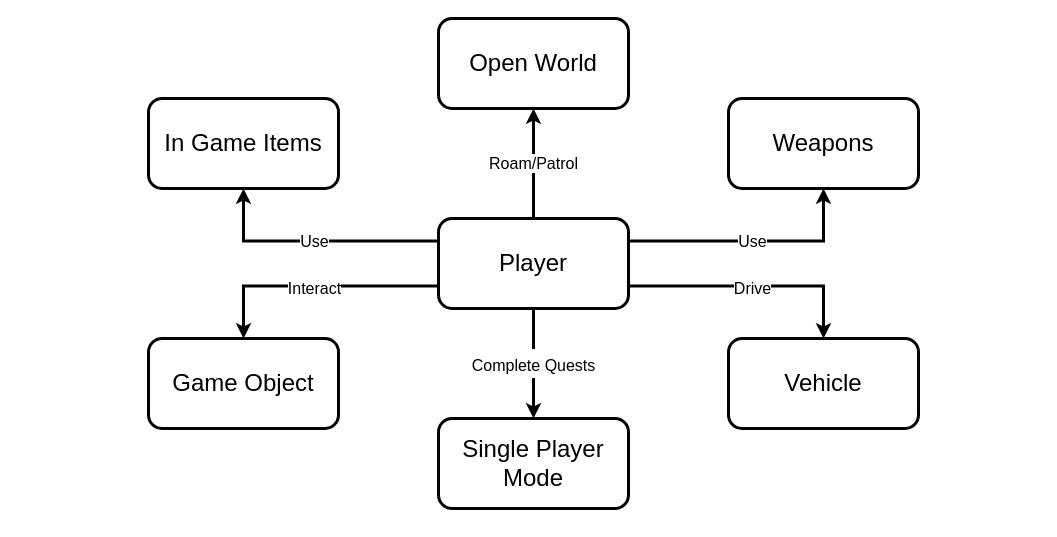
Before: Pictures/crs/crc 4.drawio in FM-Man/SPL_2, a draw.io diagram. Source tidied: cells renumbered, new cells numbered last; positions are measured from the earlier drawing's top-left corner, leaving out a move shared by most shapes. Both pictures are drawn from the tidied source at 100%, with x=0, y=0 at pixel (148, 18).
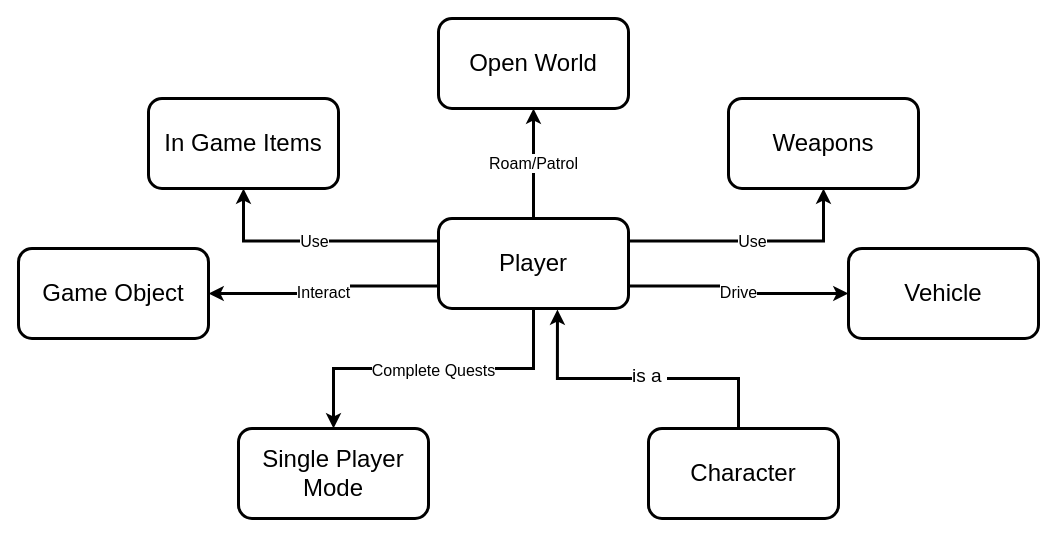
Above is the later version.

Diff of the diagram source:
```diff
@@
 <mxGraphModel>
   <root>
     <mxCell id="0" />
     <mxCell id="1" parent="0" />
     <mxCell id="2" value="Roam/Patrol" style="edgeStyle=orthogonalEdgeStyle;rounded=0;jettySize=auto;html=1;entryX=0.5;entryY=1;entryDx=0;entryDy=0;fontSize=16;strokeWidth=3;" parent="1" edge="1" source="8" target="9">
       <mxGeometry relative="1" as="geometry" />
     </mxCell>
     <mxCell id="3" value="Use" style="edgeStyle=orthogonalEdgeStyle;rounded=0;jettySize=auto;html=1;exitX=1;exitY=0.25;exitDx=0;exitDy=0;entryX=0.5;entryY=1;entryDx=0;entryDy=0;fontSize=16;strokeWidth=3;" parent="1" edge="1" source="8" target="11">
       <mxGeometry relative="1" as="geometry" />
     </mxCell>
     <mxCell id="4" value="Use" style="edgeStyle=orthogonalEdgeStyle;rounded=0;jettySize=auto;html=1;exitX=0;exitY=0.25;exitDx=0;exitDy=0;entryX=0.5;entryY=1;entryDx=0;entryDy=0;fontSize=16;strokeWidth=3;" parent="1" edge="1" source="8" target="12">
       <mxGeometry relative="1" as="geometry" />
     </mxCell>
-    <mxCell id="5" value="&lt;font style=&quot;font-size: 16px&quot;&gt;Interact&lt;/font&gt;" style="edgeStyle=orthogonalEdgeStyle;rounded=0;jettySize=auto;html=1;exitX=0;exitY=0.75;exitDx=0;exitDy=0;entryX=0.5;entryY=0;entryDx=0;entryDy=0;fontSize=24;strokeWidth=3;" parent="1" edge="1" source="8" target="13">
+    <mxCell id="5" value="&lt;font style=&quot;font-size: 16px&quot;&gt;Interact&lt;/font&gt;" style="edgeStyle=orthogonalEdgeStyle;rounded=0;jettySize=auto;html=1;exitX=0;exitY=0.75;exitDx=0;exitDy=0;entryX=1;entryY=0.5;entryDx=0;entryDy=0;fontSize=24;strokeWidth=3;" parent="1" edge="1" source="8" target="13">
       <mxGeometry relative="1" as="geometry" />
     </mxCell>
-    <mxCell id="6" value="&lt;font style=&quot;font-size: 16px&quot;&gt;Drive&lt;/font&gt;" style="edgeStyle=orthogonalEdgeStyle;rounded=0;jettySize=auto;html=1;exitX=1;exitY=0.75;exitDx=0;exitDy=0;entryX=0.5;entryY=0;entryDx=0;entryDy=0;fontSize=24;strokeWidth=3;" parent="1" edge="1" source="8" target="10">
+    <mxCell id="6" value="&lt;font style=&quot;font-size: 16px&quot;&gt;Drive&lt;/font&gt;" style="edgeStyle=orthogonalEdgeStyle;rounded=0;jettySize=auto;html=1;exitX=1;exitY=0.75;exitDx=0;exitDy=0;entryX=0;entryY=0.5;entryDx=0;entryDy=0;fontSize=24;strokeWidth=3;" parent="1" edge="1" source="8" target="10">
       <mxGeometry relative="1" as="geometry" />
     </mxCell>
     <mxCell id="7" value="&lt;font size=&quot;3&quot;&gt;Complete Quests&lt;br&gt;&lt;/font&gt;" style="edgeStyle=orthogonalEdgeStyle;rounded=0;jettySize=auto;html=1;exitX=0.5;exitY=1;exitDx=0;exitDy=0;fontSize=24;strokeWidth=3;" parent="1" edge="1" source="8" target="14">
       <mxGeometry relative="1" as="geometry" />
     </mxCell>
     <mxCell id="8" value="&lt;font style=&quot;font-size: 24px&quot;&gt;Player&lt;/font&gt;" style="rounded=1;whiteSpace=wrap;html=1;strokeWidth=3;" parent="1" vertex="1">
       <mxGeometry x="290" y="200" width="190" height="90" as="geometry" />
     </mxCell>
     <mxCell id="9" value="&lt;font style=&quot;font-size: 24px&quot;&gt;Open World&lt;br&gt;&lt;/font&gt;" style="rounded=1;whiteSpace=wrap;html=1;strokeWidth=3;" parent="1" vertex="1">
       <mxGeometry x="290" width="190" height="90" as="geometry" />
     </mxCell>
     <mxCell id="10" value="&lt;font style=&quot;font-size: 24px&quot;&gt;Vehicle&lt;br&gt;&lt;/font&gt;" style="rounded=1;whiteSpace=wrap;html=1;strokeWidth=3;" parent="1" vertex="1">
-      <mxGeometry x="580" y="320" width="190" height="90" as="geometry" />
+      <mxGeometry x="700" y="230" width="190" height="90" as="geometry" />
     </mxCell>
     <mxCell id="11" value="&lt;font style=&quot;font-size: 24px&quot;&gt;Weapons&lt;br&gt;&lt;/font&gt;" style="rounded=1;whiteSpace=wrap;html=1;strokeWidth=3;" parent="1" vertex="1">
       <mxGeometry x="580" y="80" width="190" height="90" as="geometry" />
     </mxCell>
     <mxCell id="12" value="&lt;font style=&quot;font-size: 24px&quot;&gt;In Game Items&lt;br&gt;&lt;/font&gt;" style="rounded=1;whiteSpace=wrap;html=1;strokeWidth=3;" parent="1" vertex="1">
       <mxGeometry y="80" width="190" height="90" as="geometry" />
     </mxCell>
     <mxCell id="13" value="&lt;font style=&quot;font-size: 24px&quot;&gt;Game Object&lt;/font&gt;" style="rounded=1;whiteSpace=wrap;html=1;strokeWidth=3;" parent="1" vertex="1">
-      <mxGeometry y="320" width="190" height="90" as="geometry" />
+      <mxGeometry x="-130" y="230" width="190" height="90" as="geometry" />
     </mxCell>
     <mxCell id="14" value="&lt;font style=&quot;font-size: 24px&quot;&gt;Single Player Mode&lt;br&gt;&lt;/font&gt;" style="rounded=1;whiteSpace=wrap;html=1;strokeWidth=3;" parent="1" vertex="1">
-      <mxGeometry x="290" y="400" width="190" height="90" as="geometry" />
+      <mxGeometry x="90" y="410" width="190" height="90" as="geometry" />
     </mxCell>
+    <mxCell id="15" style="edgeStyle=orthogonalEdgeStyle;rounded=0;jettySize=auto;html=1;entryX=0.626;entryY=1.011;entryDx=0;entryDy=0;entryPerimeter=0;strokeWidth=3;" parent="1" edge="1" source="17" target="8">
+      <mxGeometry relative="1" as="geometry">
+        <Array as="points">
+          <mxPoint x="590" y="360" />
+          <mxPoint x="409" y="360" />
+        </Array>
+      </mxGeometry>
+    </mxCell>
+    <mxCell id="16" value="&lt;font style=&quot;font-size: 19px&quot;&gt;is a&amp;nbsp;&lt;/font&gt;" style="edgeLabel;html=1;align=center;verticalAlign=middle;" parent="15" vertex="1">
+      <mxGeometry x="-0.07" y="-3" relative="1" as="geometry" />
+    </mxCell>
+    <mxCell id="17" value="&lt;font style=&quot;font-size: 24px&quot;&gt;Character&lt;br&gt;&lt;/font&gt;" style="rounded=1;whiteSpace=wrap;html=1;strokeWidth=3;" parent="1" vertex="1">
+      <mxGeometry x="500" y="410" width="190" height="90" as="geometry" />
+    </mxCell>
   </root>
 </mxGraphModel>
```
